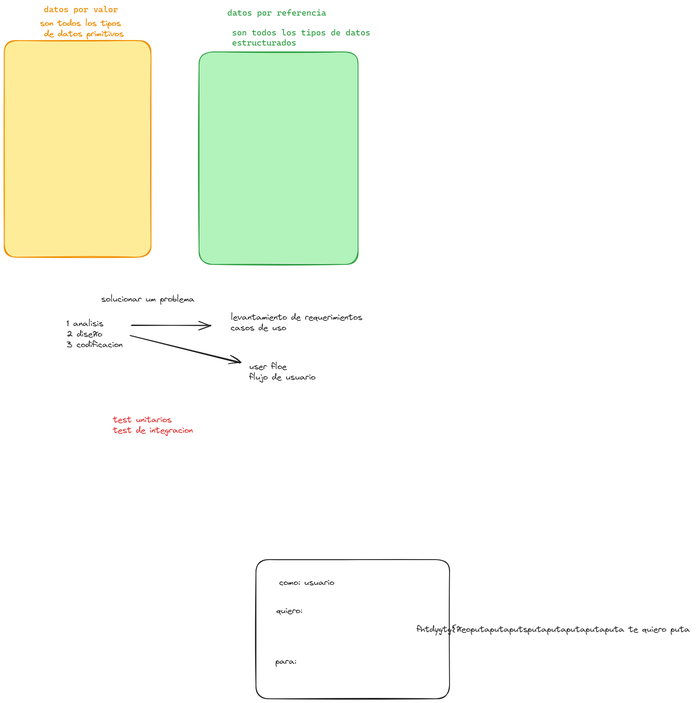
eber28/curso-python keeps this Excalidraw diagram as tipos_datos_estructurados/.excalidraw.png. Above is the earlier version. Source tidied: one line per element, renumbered; positions are measured from the earlier drawing's top-left corner, leaving out a move shared by most shapes.
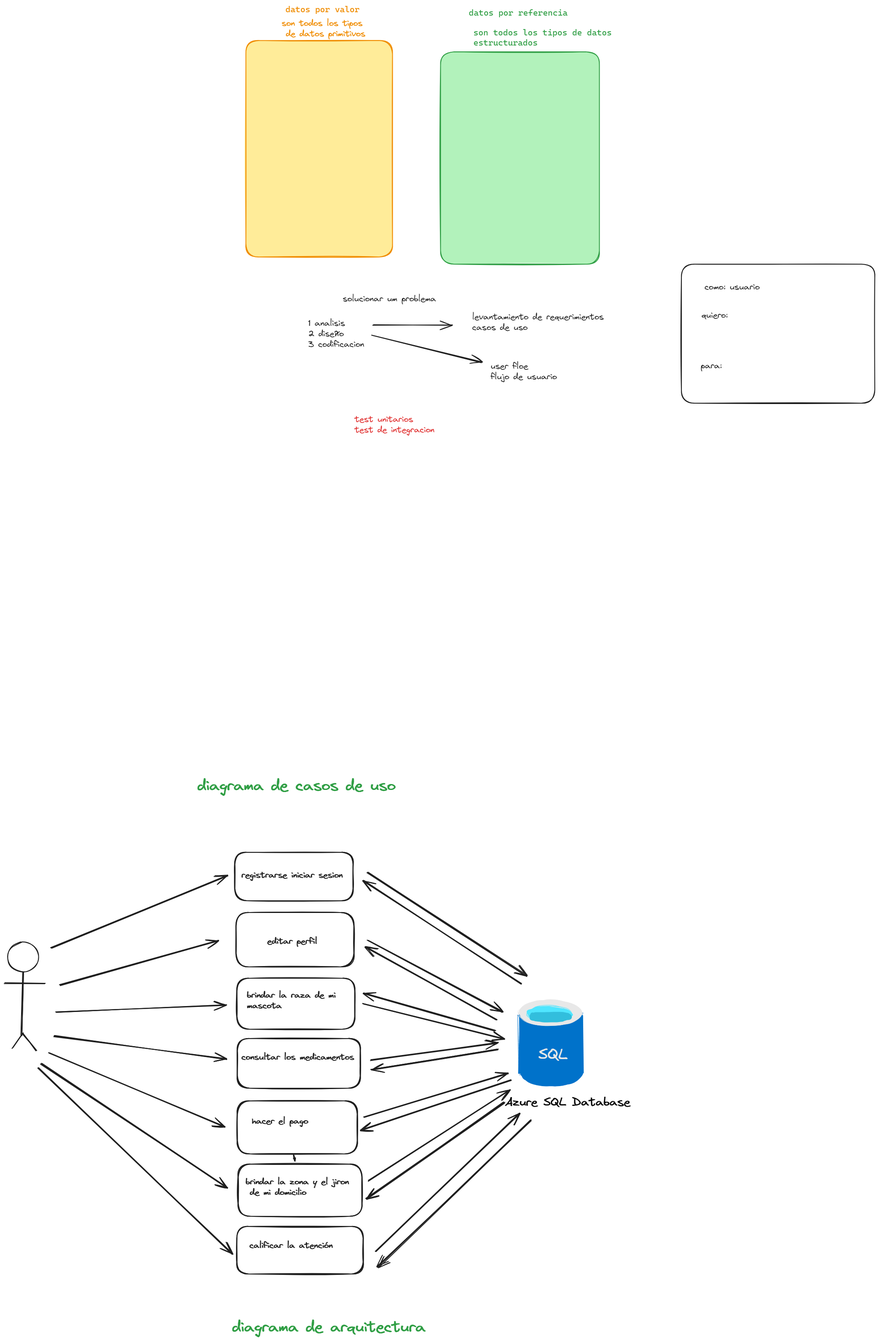
The same file after the commit.

Commit message:
trabajo escali draw

What changed in the source:
```diff
@@ -13,6 +13,102 @@
 {"id": 12, "type": "text", "text": "test unitarios\ntest de integracion", "strokeColor": "#e03131", "strokeWidth": 2, "roughness": 1, "fontSize": 20, "fontFamily": 1, "x": 258, "y": 973, "width": 189, "height": 50}
-{"id": 13, "type": "rectangle", "strokeColor": "#1e1e1e", "strokeWidth": 2, "roughness": 1, "round": true, "x": 597, "y": 1317, "width": 459, "height": 330}
+{"id": 13, "type": "rectangle", "strokeColor": "#1e1e1e", "strokeWidth": 2, "roughness": 1, "round": true, "x": 1034, "y": 617, "width": 459, "height": 330}
-{"id": 14, "type": "text", "text": "como: usuario ", "strokeColor": "#1e1e1e", "strokeWidth": 2, "roughness": 1, "fontSize": 20, "fontFamily": 1, "x": 652, "y": 1359, "width": 141, "height": 25}
+{"id": 14, "type": "text", "text": "como: usuario ", "strokeColor": "#1e1e1e", "strokeWidth": 2, "roughness": 1, "fontSize": 20, "fontFamily": 1, "x": 1089, "y": 659, "width": 141, "height": 25}
-{"id": 15, "type": "text", "text": "quiero:", "strokeColor": "#1e1e1e", "strokeWidth": 2, "roughness": 1, "fontSize": 20, "fontFamily": 1, "x": 645, "y": 1426, "width": 62, "height": 25}
+{"id": 15, "type": "text", "text": "quiero:", "strokeColor": "#1e1e1e", "strokeWidth": 2, "roughness": 1, "fontSize": 20, "fontFamily": 1, "x": 1082, "y": 726, "width": 62, "height": 25}
-{"id": 16, "type": "text", "text": "para:", "strokeColor": "#1e1e1e", "strokeWidth": 2, "roughness": 1, "fontSize": 20, "fontFamily": 1, "x": 643, "y": 1546, "width": 50, "height": 25}
+{"id": 16, "type": "text", "text": "para:", "strokeColor": "#1e1e1e", "strokeWidth": 2, "roughness": 1, "fontSize": 20, "fontFamily": 1, "x": 1080, "y": 846, "width": 50, "height": 25}
-{"id": 17, "type": "text", "text": "fhtdygtg{ñeoputaputaputsputaputaputaputaputa te quiero puta ", "strokeColor": "#1e1e1e", "strokeWidth": 2, "roughness": 1, "fontSize": 20, "fontFamily": 1, "x": 978, "y": 1470, "width": 658, "height": 25}
+{"id": 18, "type": "line", "strokeColor": "#1e1e1e", "strokeWidth": 2, "roughness": 1, "round": true, "x": -528, "y": 2298, "width": 4, "height": 149, "points": [[0, 0], [-4, 149]]}
+{"id": 19, "type": "line", "strokeColor": "#1e1e1e", "strokeWidth": 2, "roughness": 1, "round": true, "x": -529, "y": 2444, "width": 33, "height": 39, "points": [[0, 0], [33, 39]]}
+{"id": 20, "type": "rectangle", "strokeColor": "#1e1e1e", "strokeWidth": 2, "roughness": 1, "round": true, "x": -26, "y": 2013, "width": 281, "height": 115}
+{"id": 21, "type": "rectangle", "strokeColor": "#1e1e1e", "strokeWidth": 2, "roughness": 1, "round": true, "x": -21, "y": 2312, "width": 280, "height": 121}
+{"id": 22, "type": "rectangle", "strokeColor": "#1e1e1e", "strokeWidth": 2, "roughness": 1, "round": true, "x": -20, "y": 2455, "width": 292, "height": 118}
+{"id": 23, "type": "text", "text": "registrarse iniciar sesion ", "strokeColor": "#1e1e1e", "strokeWidth": 2, "roughness": 1, "fontSize": 20, "fontFamily": 1, "x": -10, "y": 2055, "width": 250, "height": 25}
+{"id": 24, "type": "text", "text": "consultar los medicamentos", "strokeColor": "#1e1e1e", "strokeWidth": 2, "roughness": 1, "fontSize": 20, "fontFamily": 1, "x": -10, "y": 2487, "width": 267, "height": 25}
+{"id": 25, "type": "rectangle", "strokeColor": "#1e1e1e", "strokeWidth": 2, "roughness": 1, "round": true, "x": -20, "y": 2603, "width": 285, "height": 126}
+{"id": 26, "type": "text", "text": "brindar la raza de mi \nmascota", "strokeColor": "#1e1e1e", "strokeWidth": 2, "roughness": 1, "fontSize": 20, "fontFamily": 1, "x": 3, "y": 2340, "width": 240, "height": 50}
+{"id": 27, "type": "rectangle", "strokeColor": "#1e1e1e", "strokeWidth": 2, "roughness": 1, "round": true, "x": -18, "y": 2753, "width": 294, "height": 124}
+{"id": 28, "type": "text", "text": "brindar la zona y el jiron\n de mi domicilio", "strokeColor": "#1e1e1e", "strokeWidth": 2, "roughness": 1, "fontSize": 20, "fontFamily": 1, "x": 0, "y": 2783, "width": 245, "height": 50}
+{"id": 29, "type": "text", "text": "calificar la atención ", "strokeColor": "#1e1e1e", "strokeWidth": 2, "roughness": 1, "fontSize": 20, "fontFamily": 1, "x": 9, "y": 2934, "width": 207, "height": 25}
+{"id": 30, "type": "rectangle", "strokeColor": "#0072ca", "backgroundColor": "#0072ca", "fillStyle": "solid", "strokeWidth": 1, "roughness": 2, "x": 649, "y": 2398, "width": 149, "height": 139}
+{"id": 31, "type": "ellipse", "strokeColor": "#0072ca", "backgroundColor": "#0072ca", "fillStyle": "solid", "strokeWidth": 4, "roughness": 2, "x": 655, "y": 2508, "width": 141, "height": 58}
+{"id": 32, "type": "ellipse", "strokeColor": "#e8e8e8", "backgroundColor": "#e8e8e8", "fillStyle": "solid", "strokeWidth": 1, "roughness": 2, "x": 649, "y": 2365, "width": 147, "height": 60}
+{"id": 33, "type": "ellipse", "strokeColor": "#50e6ff", "backgroundColor": "#50e6ff", "fillStyle": "solid", "strokeWidth": 1, "roughness": 2, "x": 669, "y": 2378, "width": 106, "height": 36}
+{"id": 34, "type": "freedraw", "strokeColor": "#32bedd", "backgroundColor": "#32bedd", "fillStyle": "solid", "strokeWidth": 2, "roughness": 2, "round": true, "x": 681, "y": 2398, "width": 89, "height": 12, "points": [[0, 0], [47, 3], [79, 5], [35, 4], [-2, 5], [56, 0], [77, 4], [41, 4], [3, 3], [47, 0], [77, 1], [60, 3], [18, 1], [20, 4], [58, 5], [56, 6], [30, 6], [3, 8], [18, 1], [49, 1], [81, 4], [54, 8], [24, 9], [18, 10], [54, 12], [75, 8]]}
+{"id": 35, "type": "text", "text": "Azure SQL Database", "strokeColor": "#000000", "backgroundColor": "#32bedd", "fillStyle": "solid", "strokeWidth": 2, "roughness": 2, "fontSize": 28, "fontFamily": 1, "textAlign": "center", "x": 614, "y": 2589, "width": 300, "height": 35}
+{"id": 36, "type": "text", "text": "SQL", "strokeColor": "#e8e8e8", "backgroundColor": "#32bedd", "fillStyle": "solid", "strokeWidth": 2, "roughness": 2, "fontSize": 36, "fontFamily": 1, "x": 696, "y": 2471, "width": 71, "height": 45}
+{"id": 37, "type": "arrow", "strokeColor": "#1e1e1e", "strokeWidth": 2, "roughness": 1, "endArrowhead": "arrow", "round": true, "from": 22, "x": 297, "y": 2507, "width": 301, "height": 42, "points": [[0, 0], [301, -42]]}
+{"id": 38, "type": "arrow", "strokeColor": "#1e1e1e", "strokeWidth": 2, "roughness": 1, "endArrowhead": "arrow", "round": true, "to": 22, "x": 598, "y": 2481, "width": 300, "height": 48, "points": [[0, 0], [-300, 48]]}
+{"id": 39, "type": "arrow", "strokeColor": "#1e1e1e", "strokeWidth": 2, "roughness": 1, "endArrowhead": "arrow", "round": true, "x": 289, "y": 2062, "width": 378, "height": 245, "points": [[0, 0], [378, 245]]}
+{"id": 40, "type": "arrow", "strokeColor": "#1e1e1e", "strokeWidth": 2, "roughness": 1, "endArrowhead": "arrow", "round": true, "to": 20, "x": 654, "y": 2325, "width": 375, "height": 245, "points": [[0, 0], [-375, -245]]}
+{"id": 41, "type": "arrow", "strokeColor": "#1e1e1e", "strokeWidth": 2, "roughness": 1, "endArrowhead": "arrow", "round": true, "to": 20, "x": -461, "y": 2241, "width": 418, "height": 172, "points": [[0, 0], [418, -172]]}
+{"id": 42, "type": "arrow", "strokeColor": "#1e1e1e", "strokeWidth": 2, "roughness": 1, "endArrowhead": "arrow", "round": true, "x": -441, "y": 2328, "width": 376, "height": 106, "points": [[0, 0], [376, -106]]}
+{"id": 43, "type": "arrow", "strokeColor": "#1e1e1e", "strokeWidth": 2, "roughness": 1, "endArrowhead": "arrow", "round": true, "to": 21, "x": -450, "y": 2393, "width": 403, "height": 17, "points": [[0, 0], [403, -17]]}
+{"id": 44, "type": "arrow", "strokeColor": "#1e1e1e", "strokeWidth": 2, "roughness": 1, "endArrowhead": "arrow", "round": true, "to": 22, "x": -455, "y": 2449, "width": 410, "height": 55, "points": [[0, 0], [410, 55]]}
+{"id": 45, "type": "arrow", "strokeColor": "#1e1e1e", "strokeWidth": 2, "roughness": 1, "endArrowhead": "arrow", "round": true, "to": 25, "x": -467, "y": 2489, "width": 417, "height": 176, "points": [[0, 0], [417, 176]]}
+{"id": 46, "type": "rectangle", "strokeColor": "#1e1e1e", "strokeWidth": 2, "roughness": 1, "round": true, "x": -23, "y": 2156, "width": 280, "height": 129}
+{"id": 47, "type": "text", "text": "hacer el pago ", "strokeColor": "#1e1e1e", "strokeWidth": 2, "roughness": 1, "fontSize": 20, "fontFamily": 1, "x": 15, "y": 2639, "width": 143, "height": 25}
+{"id": 48, "type": "rectangle", "strokeColor": "#1e1e1e", "strokeWidth": 2, "roughness": 1, "round": true, "x": -21, "y": 2901, "width": 300, "height": 113}
+{"id": 49, "type": "text", "text": "editar perfil", "strokeColor": "#1e1e1e", "strokeWidth": 2, "roughness": 1, "fontSize": 20, "fontFamily": 1, "x": 51, "y": 2212, "width": 119, "height": 25}
+{"id": 50, "type": "arrow", "strokeColor": "#1e1e1e", "strokeWidth": 2, "roughness": 1, "endArrowhead": "arrow", "round": true, "to": 27, "x": -485, "y": 2515, "width": 441, "height": 295, "points": [[0, 0], [441, 295]]}
+{"id": 51, "type": "arrow", "strokeColor": "#1e1e1e", "strokeWidth": 2, "roughness": 1, "endArrowhead": "arrow", "round": true, "to": 48, "x": -493, "y": 2525, "width": 461, "height": 442, "points": [[0, 0], [461, 442]]}
+{"id": 52, "type": "arrow", "strokeColor": "#1e1e1e", "strokeWidth": 2, "roughness": 1, "endArrowhead": "arrow", "round": true, "x": 290, "y": 2222, "width": 320, "height": 170, "points": [[0, 0], [320, 170]]}
+{"id": 53, "type": "arrow", "strokeColor": "#1e1e1e", "strokeWidth": 2, "roughness": 1, "endArrowhead": "arrow", "round": true, "to": 46, "x": 596, "y": 2410, "width": 312, "height": 172, "points": [[0, 0], [-312, -172]]}
+{"id": 54, "type": "arrow", "strokeColor": "#1e1e1e", "strokeWidth": 2, "roughness": 1, "endArrowhead": "arrow", "round": true, "to": 21, "x": 592, "y": 2436, "width": 312, "height": 89, "points": [[0, 0], [-312, -89]]}
+{"id": 55, "type": "arrow", "strokeColor": "#1e1e1e", "strokeWidth": 2, "roughness": 1, "endArrowhead": "arrow", "round": true, "from": 21, "x": 279, "y": 2373, "width": 334, "height": 83, "points": [[0, 0], [334, 83]]}
+{"id": 56, "type": "arrow", "strokeColor": "#1e1e1e", "strokeWidth": 2, "roughness": 1, "endArrowhead": "arrow", "round": true, "from": 27, "to": 72, "x": 114, "y": 2732, "width": 3, "height": 14, "points": [[0, 0], [3, 14]]}
+{"id": 57, "type": "arrow", "strokeColor": "#1e1e1e", "strokeWidth": 2, "roughness": 1, "endArrowhead": "arrow", "round": true, "to": 35, "x": 309, "y": 2960, "width": 341, "height": 327, "points": [[0, 0], [341, -327]]}
+{"id": 58, "type": "arrow", "strokeColor": "#1e1e1e", "strokeWidth": 2, "roughness": 1, "endArrowhead": "arrow", "round": true, "x": 677, "y": 2649, "width": 364, "height": 349, "points": [[0, 0], [-364, 349]]}
+{"id": 59, "type": "arrow", "strokeColor": "#1e1e1e", "strokeWidth": 2, "roughness": 1, "endArrowhead": "arrow", "round": true, "from": 25, "to": 30, "x": 282, "y": 2642, "width": 341, "height": 104, "points": [[0, 0], [341, -104]]}
+{"id": 60, "type": "arrow", "strokeColor": "#1e1e1e", "strokeWidth": 2, "roughness": 1, "endArrowhead": "arrow", "round": true, "from": 30, "to": 25, "x": 630, "y": 2554, "width": 358, "height": 119, "points": [[0, 0], [-358, 119]]}
+{"id": 61, "type": "arrow", "strokeColor": "#1e1e1e", "strokeWidth": 2, "roughness": 1, "endArrowhead": "arrow", "round": true, "from": 27, "to": 35, "x": 291, "y": 2793, "width": 336, "height": 216, "points": [[0, 0], [336, -216]]}
+{"id": 62, "type": "arrow", "strokeColor": "#1e1e1e", "strokeWidth": 2, "roughness": 1, "endArrowhead": "arrow", "round": true, "from": 35, "to": 27, "x": 614, "y": 2607, "width": 328, "height": 228, "points": [[0, 0], [-328, 228]]}
+{"id": 63, "type": "text", "text": "diagrama de casos de uso", "strokeColor": "#2f9e44", "strokeWidth": 2, "roughness": 1, "fontSize": 36, "fontFamily": 1, "x": -114, "y": 1833, "width": 470, "height": 45}
+{"id": 64, "type": "text", "text": "diagrama de arquitectura", "strokeColor": "#2f9e44", "strokeWidth": 2, "roughness": 1, "fontSize": 36, "fontFamily": 1, "x": -32, "y": 3118, "width": 459, "height": 45}
+{"id": 65, "type": "line", "strokeColor": "#1e1e1e", "strokeWidth": 2, "roughness": 1, "round": true, "x": -529, "y": 2298, "width": 4, "height": 149, "points": [[0, 0], [-4, 149]]}
+{"id": 66, "type": "line", "strokeColor": "#1e1e1e", "strokeWidth": 2, "roughness": 1, "round": true, "x": -530, "y": 2444, "width": 33, "height": 39, "points": [[0, 0], [33, 39]]}
+{"id": 67, "type": "rectangle", "strokeColor": "#1e1e1e", "strokeWidth": 2, "roughness": 1, "round": true, "x": -27, "y": 2013, "width": 281, "height": 115}
+{"id": 68, "type": "rectangle", "strokeColor": "#1e1e1e", "strokeWidth": 2, "roughness": 1, "round": true, "x": -22, "y": 2312, "width": 280, "height": 121}
+{"id": 69, "type": "rectangle", "strokeColor": "#1e1e1e", "strokeWidth": 2, "roughness": 1, "round": true, "x": -21, "y": 2455, "width": 292, "height": 118}
+{"id": 70, "type": "text", "text": "registrarse iniciar sesion ", "strokeColor": "#1e1e1e", "strokeWidth": 2, "roughness": 1, "fontSize": 20, "fontFamily": 1, "x": -11, "y": 2055, "width": 250, "height": 25}
+{"id": 71, "type": "text", "text": "consultar los medicamentos", "strokeColor": "#1e1e1e", "strokeWidth": 2, "roughness": 1, "fontSize": 20, "fontFamily": 1, "x": -11, "y": 2487, "width": 267, "height": 25}
+{"id": 72, "type": "rectangle", "strokeColor": "#1e1e1e", "strokeWidth": 2, "roughness": 1, "round": true, "x": -21, "y": 2603, "width": 285, "height": 126}
+{"id": 73, "type": "text", "text": "brindar la raza de mi \nmascota", "strokeColor": "#1e1e1e", "strokeWidth": 2, "roughness": 1, "fontSize": 20, "fontFamily": 1, "x": 2, "y": 2340, "width": 240, "height": 50}
+{"id": 74, "type": "rectangle", "strokeColor": "#1e1e1e", "strokeWidth": 2, "roughness": 1, "round": true, "x": -19, "y": 2753, "width": 294, "height": 124}
+{"id": 75, "type": "text", "text": "brindar la zona y el jiron\n de mi domicilio", "strokeColor": "#1e1e1e", "strokeWidth": 2, "roughness": 1, "fontSize": 20, "fontFamily": 1, "x": -1, "y": 2783, "width": 245, "height": 50}
+{"id": 76, "type": "text", "text": "calificar la atención ", "strokeColor": "#1e1e1e", "strokeWidth": 2, "roughness": 1, "fontSize": 20, "fontFamily": 1, "x": 8, "y": 2934, "width": 207, "height": 25}
+{"id": 77, "type": "rectangle", "strokeColor": "#0072ca", "backgroundColor": "#0072ca", "fillStyle": "solid", "strokeWidth": 1, "roughness": 2, "x": 648, "y": 2398, "width": 149, "height": 139}
+{"id": 78, "type": "ellipse", "strokeColor": "#0072ca", "backgroundColor": "#0072ca", "fillStyle": "solid", "strokeWidth": 4, "roughness": 2, "x": 654, "y": 2508, "width": 141, "height": 58}
+{"id": 79, "type": "ellipse", "strokeColor": "#e8e8e8", "backgroundColor": "#e8e8e8", "fillStyle": "solid", "strokeWidth": 1, "roughness": 2, "x": 648, "y": 2365, "width": 147, "height": 60}
+{"id": 80, "type": "ellipse", "strokeColor": "#50e6ff", "backgroundColor": "#50e6ff", "fillStyle": "solid", "strokeWidth": 1, "roughness": 2, "x": 668, "y": 2378, "width": 106, "height": 36}
+{"id": 81, "type": "freedraw", "strokeColor": "#32bedd", "backgroundColor": "#32bedd", "fillStyle": "solid", "strokeWidth": 2, "roughness": 2, "round": true, "x": 680, "y": 2398, "width": 89, "height": 12, "points": [[0, 0], [47, 3], [79, 5], [35, 4], [-2, 5], [56, 0], [77, 4], [41, 4], [3, 3], [47, 0], [77, 1], [60, 3], [18, 1], [20, 4], [58, 5], [56, 6], [30, 6], [3, 8], [18, 1], [49, 1], [81, 4], [54, 8], [24, 9], [18, 10], [54, 12], [75, 8]]}
+{"id": 82, "type": "text", "text": "Azure SQL Database", "strokeColor": "#000000", "backgroundColor": "#32bedd", "fillStyle": "solid", "strokeWidth": 2, "roughness": 2, "fontSize": 28, "fontFamily": 1, "textAlign": "center", "x": 613, "y": 2589, "width": 300, "height": 35}
+{"id": 83, "type": "text", "text": "SQL", "strokeColor": "#e8e8e8", "backgroundColor": "#32bedd", "fillStyle": "solid", "strokeWidth": 2, "roughness": 2, "fontSize": 36, "fontFamily": 1, "x": 695, "y": 2471, "width": 71, "height": 45}
+{"id": 84, "type": "arrow", "strokeColor": "#1e1e1e", "strokeWidth": 2, "roughness": 1, "endArrowhead": "arrow", "round": true, "from": 69, "x": 296, "y": 2507, "width": 301, "height": 42, "points": [[0, 0], [301, -42]]}
+{"id": 85, "type": "arrow", "strokeColor": "#1e1e1e", "strokeWidth": 2, "roughness": 1, "endArrowhead": "arrow", "round": true, "to": 69, "x": 597, "y": 2481, "width": 300, "height": 48, "points": [[0, 0], [-300, 48]]}
+{"id": 86, "type": "arrow", "strokeColor": "#1e1e1e", "strokeWidth": 2, "roughness": 1, "endArrowhead": "arrow", "round": true, "x": 288, "y": 2062, "width": 378, "height": 245, "points": [[0, 0], [378, 245]]}
+{"id": 87, "type": "arrow", "strokeColor": "#1e1e1e", "strokeWidth": 2, "roughness": 1, "endArrowhead": "arrow", "round": true, "to": 67, "x": 653, "y": 2325, "width": 375, "height": 245, "points": [[0, 0], [-375, -245]]}
+{"id": 88, "type": "arrow", "strokeColor": "#1e1e1e", "strokeWidth": 2, "roughness": 1, "endArrowhead": "arrow", "round": true, "to": 67, "x": -462, "y": 2241, "width": 418, "height": 172, "points": [[0, 0], [418, -172]]}
+{"id": 89, "type": "arrow", "strokeColor": "#1e1e1e", "strokeWidth": 2, "roughness": 1, "endArrowhead": "arrow", "round": true, "x": -442, "y": 2328, "width": 376, "height": 106, "points": [[0, 0], [376, -106]]}
+{"id": 90, "type": "arrow", "strokeColor": "#1e1e1e", "strokeWidth": 2, "roughness": 1, "endArrowhead": "arrow", "round": true, "to": 68, "x": -451, "y": 2393, "width": 403, "height": 17, "points": [[0, 0], [403, -17]]}
+{"id": 91, "type": "arrow", "strokeColor": "#1e1e1e", "strokeWidth": 2, "roughness": 1, "endArrowhead": "arrow", "round": true, "to": 69, "x": -456, "y": 2449, "width": 410, "height": 55, "points": [[0, 0], [410, 55]]}
+{"id": 92, "type": "arrow", "strokeColor": "#1e1e1e", "strokeWidth": 2, "roughness": 1, "endArrowhead": "arrow", "round": true, "to": 72, "x": -468, "y": 2489, "width": 417, "height": 176, "points": [[0, 0], [417, 176]]}
+{"id": 93, "type": "rectangle", "strokeColor": "#1e1e1e", "strokeWidth": 2, "roughness": 1, "round": true, "x": -24, "y": 2156, "width": 280, "height": 129}
+{"id": 94, "type": "text", "text": "hacer el pago ", "strokeColor": "#1e1e1e", "strokeWidth": 2, "roughness": 1, "fontSize": 20, "fontFamily": 1, "x": 14, "y": 2639, "width": 143, "height": 25}
+{"id": 95, "type": "rectangle", "strokeColor": "#1e1e1e", "strokeWidth": 2, "roughness": 1, "round": true, "x": -22, "y": 2901, "width": 300, "height": 113}
+{"id": 96, "type": "text", "text": "editar perfil", "strokeColor": "#1e1e1e", "strokeWidth": 2, "roughness": 1, "fontSize": 20, "fontFamily": 1, "x": 50, "y": 2212, "width": 119, "height": 25}
+{"id": 97, "type": "arrow", "strokeColor": "#1e1e1e", "strokeWidth": 2, "roughness": 1, "endArrowhead": "arrow", "round": true, "to": 74, "x": -486, "y": 2515, "width": 441, "height": 295, "points": [[0, 0], [441, 295]]}
+{"id": 98, "type": "arrow", "strokeColor": "#1e1e1e", "strokeWidth": 2, "roughness": 1, "endArrowhead": "arrow", "round": true, "to": 95, "x": -494, "y": 2525, "width": 461, "height": 442, "points": [[0, 0], [461, 442]]}
+{"id": 99, "type": "arrow", "strokeColor": "#1e1e1e", "strokeWidth": 2, "roughness": 1, "endArrowhead": "arrow", "round": true, "x": 289, "y": 2222, "width": 320, "height": 170, "points": [[0, 0], [320, 170]]}
+{"id": 100, "type": "arrow", "strokeColor": "#1e1e1e", "strokeWidth": 2, "roughness": 1, "endArrowhead": "arrow", "round": true, "to": 93, "x": 595, "y": 2410, "width": 312, "height": 172, "points": [[0, 0], [-312, -172]]}
+{"id": 101, "type": "arrow", "strokeColor": "#1e1e1e", "strokeWidth": 2, "roughness": 1, "endArrowhead": "arrow", "round": true, "to": 68, "x": 591, "y": 2436, "width": 312, "height": 89, "points": [[0, 0], [-312, -89]]}
+{"id": 102, "type": "arrow", "strokeColor": "#1e1e1e", "strokeWidth": 2, "roughness": 1, "endArrowhead": "arrow", "round": true, "from": 68, "x": 278, "y": 2373, "width": 334, "height": 83, "points": [[0, 0], [334, 83]]}
+{"id": 103, "type": "arrow", "strokeColor": "#1e1e1e", "strokeWidth": 2, "roughness": 1, "endArrowhead": "arrow", "round": true, "from": 74, "to": 72, "x": 113, "y": 2732, "width": 3, "height": 14, "points": [[0, 0], [3, 14]]}
+{"id": 104, "type": "arrow", "strokeColor": "#1e1e1e", "strokeWidth": 2, "roughness": 1, "endArrowhead": "arrow", "round": true, "to": 82, "x": 308, "y": 2960, "width": 341, "height": 327, "points": [[0, 0], [341, -327]]}
+{"id": 105, "type": "arrow", "strokeColor": "#1e1e1e", "strokeWidth": 2, "roughness": 1, "endArrowhead": "arrow", "round": true, "x": 676, "y": 2649, "width": 364, "height": 349, "points": [[0, 0], [-364, 349]]}
+{"id": 106, "type": "arrow", "strokeColor": "#1e1e1e", "strokeWidth": 2, "roughness": 1, "endArrowhead": "arrow", "round": true, "from": 72, "to": 77, "x": 281, "y": 2642, "width": 341, "height": 104, "points": [[0, 0], [341, -104]]}
+{"id": 107, "type": "arrow", "strokeColor": "#1e1e1e", "strokeWidth": 2, "roughness": 1, "endArrowhead": "arrow", "round": true, "from": 77, "to": 72, "x": 629, "y": 2554, "width": 358, "height": 119, "points": [[0, 0], [-358, 119]]}
+{"id": 108, "type": "arrow", "strokeColor": "#1e1e1e", "strokeWidth": 2, "roughness": 1, "endArrowhead": "arrow", "round": true, "from": 74, "to": 82, "x": 290, "y": 2793, "width": 336, "height": 216, "points": [[0, 0], [336, -216]]}
+{"id": 109, "type": "arrow", "strokeColor": "#1e1e1e", "strokeWidth": 2, "roughness": 1, "endArrowhead": "arrow", "round": true, "from": 35, "to": 74, "x": 613, "y": 2607, "width": 328, "height": 228, "points": [[0, 0], [-328, 228]]}
+{"id": 110, "type": "text", "text": "diagrama de casos de uso", "strokeColor": "#2f9e44", "strokeWidth": 2, "roughness": 1, "fontSize": 36, "fontFamily": 1, "x": -115, "y": 1833, "width": 470, "height": 45}
+{"id": 111, "type": "text", "text": "diagrama de arquitectura", "strokeColor": "#2f9e44", "strokeWidth": 2, "roughness": 1, "fontSize": 36, "fontFamily": 1, "x": -33, "y": 3118, "width": 459, "height": 45}
+{"id": 112, "type": "ellipse", "strokeColor": "#1e1e1e", "strokeWidth": 2, "roughness": 1, "round": true, "x": -566, "y": 2227, "width": 73, "height": 70}
+{"id": 113, "type": "line", "strokeColor": "#1e1e1e", "strokeWidth": 2, "roughness": 1, "round": true, "x": -529, "y": 2443, "width": 25, "height": 35, "points": [[0, 0], [-25, 35]]}
+{"id": 114, "type": "line", "strokeColor": "#1e1e1e", "strokeWidth": 2, "roughness": 1, "round": true, "x": -572, "y": 2323, "width": 97, "height": 2, "points": [[0, 0], [97, 2]]}
```
